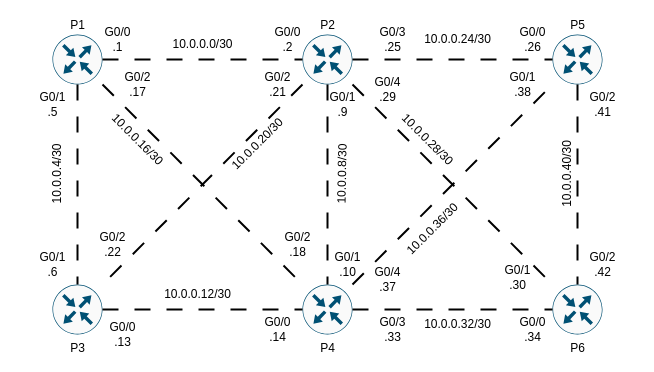
Before: page "MPLS Core L3 diagram" (2 of 8) of eve-ng-labs/002-ISP-MPLS-Juniper-Lab/ISP-MPLS-Lab-Diagram.drawio in roxron/networking-labs, a draw.io diagram. Source tidied: cells renumbered, new cells numbered last; positions are measured from the earlier drawing's top-left corner, leaving out a move shared by most shapes. Both pictures are drawn from the tidied source at 100%, with x=0, y=0 at pixel (7, 19).
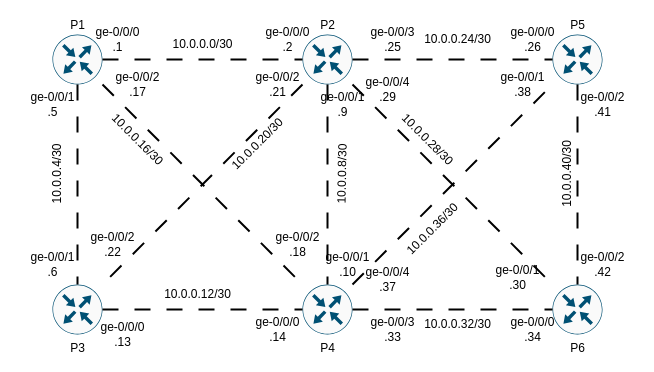
The same page after the edit.

Change to the diagram source:
```diff
@@
-    <mxCell id="6" value="G0/0&lt;br&gt;.1" style="text;html=1;align=center;verticalAlign=middle;strokeColor=none;fillColor=none;" parent="1" vertex="1">
+    <mxCell id="6" value="ge-0/0/0&lt;br&gt;.1" style="text;html=1;align=center;verticalAlign=middle;strokeColor=none;fillColor=none;" parent="1" vertex="1">
       <mxGeometry x="75" width="70" height="40" as="geometry" />
     </mxCell>
-    <mxCell id="7" value="G0/0&lt;br&gt;.2" style="text;html=1;align=center;verticalAlign=middle;strokeColor=none;fillColor=none;" parent="1" vertex="1">
+    <mxCell id="7" value="ge-0/0/0&lt;br&gt;.2" style="text;html=1;align=center;verticalAlign=middle;strokeColor=none;fillColor=none;" parent="1" vertex="1">
       <mxGeometry x="245" width="70" height="40" as="geometry" />
     </mxCell>
@@
-    <mxCell id="14" value="G0/1&lt;br&gt;.5" style="text;html=1;align=center;verticalAlign=middle;strokeColor=none;fillColor=none;" parent="1" vertex="1">
+    <mxCell id="14" value="ge-0/0/1&lt;br&gt;.5" style="text;html=1;align=center;verticalAlign=middle;strokeColor=none;fillColor=none;" parent="1" vertex="1">
       <mxGeometry x="10" y="65" width="70" height="40" as="geometry" />
     </mxCell>
-    <mxCell id="15" value="G0/1&lt;br&gt;.6" style="text;html=1;align=center;verticalAlign=middle;strokeColor=none;fillColor=none;" parent="1" vertex="1">
+    <mxCell id="15" value="ge-0/0/1&lt;br&gt;.6" style="text;html=1;align=center;verticalAlign=middle;strokeColor=none;fillColor=none;" parent="1" vertex="1">
       <mxGeometry x="10" y="225" width="70" height="40" as="geometry" />
     </mxCell>
@@
-    <mxCell id="17" value="G0/1&lt;br&gt;.9" style="text;html=1;align=center;verticalAlign=middle;strokeColor=none;fillColor=none;" parent="1" vertex="1">
+    <mxCell id="17" value="ge-0/0/1&lt;br&gt;.9" style="text;html=1;align=center;verticalAlign=middle;strokeColor=none;fillColor=none;" parent="1" vertex="1">
       <mxGeometry x="300" y="65" width="70" height="40" as="geometry" />
     </mxCell>
-    <mxCell id="18" value="G0/1&lt;br&gt;.10" style="text;html=1;align=center;verticalAlign=middle;strokeColor=none;fillColor=none;" parent="1" vertex="1">
+    <mxCell id="18" value="ge-0/0/1&lt;br&gt;.10" style="text;html=1;align=center;verticalAlign=middle;strokeColor=none;fillColor=none;" parent="1" vertex="1">
       <mxGeometry x="305" y="225" width="70" height="40" as="geometry" />
     </mxCell>
@@
-    <mxCell id="20" value="G0/0&lt;br&gt;.13" style="text;html=1;align=center;verticalAlign=middle;strokeColor=none;fillColor=none;" parent="1" vertex="1">
+    <mxCell id="20" value="ge-0/0/0&lt;br&gt;.13" style="text;html=1;align=center;verticalAlign=middle;strokeColor=none;fillColor=none;" parent="1" vertex="1">
       <mxGeometry x="80" y="295" width="70" height="40" as="geometry" />
     </mxCell>
-    <mxCell id="21" value="G0/0&lt;br&gt;.14" style="text;html=1;align=center;verticalAlign=middle;strokeColor=none;fillColor=none;" parent="1" vertex="1">
+    <mxCell id="21" value="ge-0/0/0&lt;br&gt;.14" style="text;html=1;align=center;verticalAlign=middle;strokeColor=none;fillColor=none;" parent="1" vertex="1">
       <mxGeometry x="235" y="290" width="70" height="40" as="geometry" />
     </mxCell>
@@
-    <mxCell id="25" value="G0/2&lt;br&gt;.17" style="text;html=1;align=center;verticalAlign=middle;strokeColor=none;fillColor=none;" parent="1" vertex="1">
+    <mxCell id="25" value="ge-0/0/2&lt;br&gt;.17" style="text;html=1;align=center;verticalAlign=middle;strokeColor=none;fillColor=none;" parent="1" vertex="1">
       <mxGeometry x="95" y="45" width="70" height="40" as="geometry" />
     </mxCell>
-    <mxCell id="26" value="G0/2&lt;br&gt;.18" style="text;html=1;align=center;verticalAlign=middle;strokeColor=none;fillColor=none;" parent="1" vertex="1">
+    <mxCell id="26" value="ge-0/0/2&lt;br&gt;.18" style="text;html=1;align=center;verticalAlign=middle;strokeColor=none;fillColor=none;" parent="1" vertex="1">
       <mxGeometry x="255" y="205" width="70" height="40" as="geometry" />
     </mxCell>
@@
-    <mxCell id="28" value="G0/2&lt;br&gt;.21" style="text;html=1;align=center;verticalAlign=middle;strokeColor=none;fillColor=none;" parent="1" vertex="1">
+    <mxCell id="28" value="ge-0/0/2&lt;br&gt;.21" style="text;html=1;align=center;verticalAlign=middle;strokeColor=none;fillColor=none;" parent="1" vertex="1">
       <mxGeometry x="235" y="45" width="70" height="40" as="geometry" />
     </mxCell>
-    <mxCell id="29" value="G0/2&lt;br&gt;.22" style="text;html=1;align=center;verticalAlign=middle;strokeColor=none;fillColor=none;" parent="1" vertex="1">
+    <mxCell id="29" value="ge-0/0/2&lt;br&gt;.22" style="text;html=1;align=center;verticalAlign=middle;strokeColor=none;fillColor=none;" parent="1" vertex="1">
       <mxGeometry x="70" y="205" width="70" height="40" as="geometry" />
     </mxCell>
@@
-    <mxCell id="34" value="G0/3&lt;br&gt;.25" style="text;html=1;align=center;verticalAlign=middle;strokeColor=none;fillColor=none;" parent="1" vertex="1">
+    <mxCell id="34" value="ge-0/0/3&lt;br&gt;.25" style="text;html=1;align=center;verticalAlign=middle;strokeColor=none;fillColor=none;" parent="1" vertex="1">
       <mxGeometry x="350" width="70" height="40" as="geometry" />
     </mxCell>
-    <mxCell id="35" value="G0/0&lt;br&gt;.26" style="text;html=1;align=center;verticalAlign=middle;strokeColor=none;fillColor=none;" parent="1" vertex="1">
+    <mxCell id="35" value="ge-0/0/0&lt;br&gt;.26" style="text;html=1;align=center;verticalAlign=middle;strokeColor=none;fillColor=none;" parent="1" vertex="1">
       <mxGeometry x="490" width="70" height="40" as="geometry" />
     </mxCell>
@@
-    <mxCell id="38" value="G0/4&lt;br&gt;.29" style="text;html=1;align=center;verticalAlign=middle;strokeColor=none;fillColor=none;" parent="1" vertex="1">
+    <mxCell id="38" value="ge-0/0/4&lt;br&gt;.29" style="text;html=1;align=center;verticalAlign=middle;strokeColor=none;fillColor=none;" parent="1" vertex="1">
       <mxGeometry x="345" y="50" width="70" height="40" as="geometry" />
     </mxCell>
-    <mxCell id="39" value="G0/1&lt;br&gt;.30" style="text;html=1;align=center;verticalAlign=middle;strokeColor=none;fillColor=none;" parent="1" vertex="1">
+    <mxCell id="39" value="ge-0/0/1&lt;br&gt;.30" style="text;html=1;align=center;verticalAlign=middle;strokeColor=none;fillColor=none;" parent="1" vertex="1">
       <mxGeometry x="475" y="238" width="70" height="40" as="geometry" />
     </mxCell>
@@
-    <mxCell id="42" value="G0/3&lt;br&gt;.33" style="text;html=1;align=center;verticalAlign=middle;strokeColor=none;fillColor=none;" parent="1" vertex="1">
+    <mxCell id="42" value="ge-0/0/3&lt;br&gt;.33" style="text;html=1;align=center;verticalAlign=middle;strokeColor=none;fillColor=none;" parent="1" vertex="1">
       <mxGeometry x="350" y="290" width="70" height="40" as="geometry" />
     </mxCell>
-    <mxCell id="43" value="G0/0&lt;br&gt;.34" style="text;html=1;align=center;verticalAlign=middle;strokeColor=none;fillColor=none;" parent="1" vertex="1">
+    <mxCell id="43" value="ge-0/0/0&lt;br&gt;.34" style="text;html=1;align=center;verticalAlign=middle;strokeColor=none;fillColor=none;" parent="1" vertex="1">
       <mxGeometry x="490" y="290" width="70" height="40" as="geometry" />
     </mxCell>
@@
-    <mxCell id="46" value="G0/4&lt;br&gt;.37" style="text;html=1;align=center;verticalAlign=middle;strokeColor=none;fillColor=none;" parent="1" vertex="1">
+    <mxCell id="46" value="ge-0/0/4&lt;br&gt;.37" style="text;html=1;align=center;verticalAlign=middle;strokeColor=none;fillColor=none;" parent="1" vertex="1">
       <mxGeometry x="345" y="240" width="70" height="40" as="geometry" />
     </mxCell>
-    <mxCell id="47" value="G0/1&lt;br&gt;.38" style="text;html=1;align=center;verticalAlign=middle;strokeColor=none;fillColor=none;" parent="1" vertex="1">
+    <mxCell id="47" value="ge-0/0/1&lt;br&gt;.38" style="text;html=1;align=center;verticalAlign=middle;strokeColor=none;fillColor=none;" parent="1" vertex="1">
       <mxGeometry x="480" y="45" width="70" height="40" as="geometry" />
     </mxCell>
@@
-    <mxCell id="50" value="G0/2&lt;br&gt;.41" style="text;html=1;align=center;verticalAlign=middle;strokeColor=none;fillColor=none;" parent="1" vertex="1">
+    <mxCell id="50" value="ge-0/0/2&lt;br&gt;.41" style="text;html=1;align=center;verticalAlign=middle;strokeColor=none;fillColor=none;" parent="1" vertex="1">
       <mxGeometry x="560" y="65" width="70" height="40" as="geometry" />
     </mxCell>
-    <mxCell id="51" value="G0/2&lt;br&gt;.42" style="text;html=1;align=center;verticalAlign=middle;strokeColor=none;fillColor=none;" parent="1" vertex="1">
+    <mxCell id="51" value="ge-0/0/2&lt;br&gt;.42" style="text;html=1;align=center;verticalAlign=middle;strokeColor=none;fillColor=none;" parent="1" vertex="1">
       <mxGeometry x="560" y="225" width="70" height="40" as="geometry" />
     </mxCell>
```
